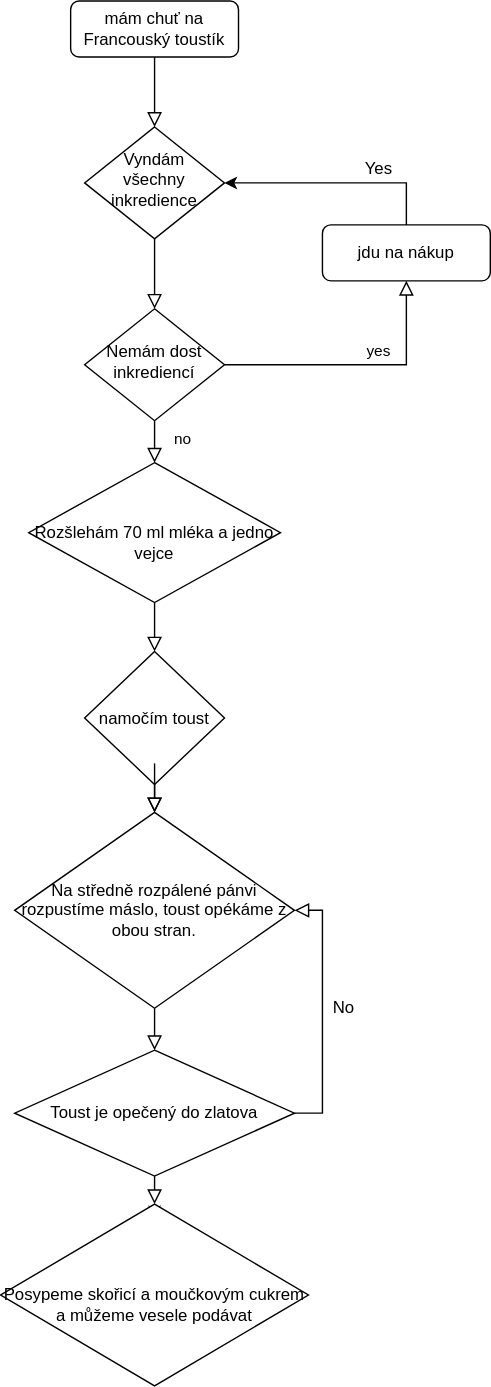
The draw.io diagram Francouzský toustík.drawio.svg in PetrMachacka/diagrams.net, before a commit. Source tidied: cells renumbered, new cells last; positions are measured from the earlier drawing's top-left corner, leaving out a move shared by most shapes.
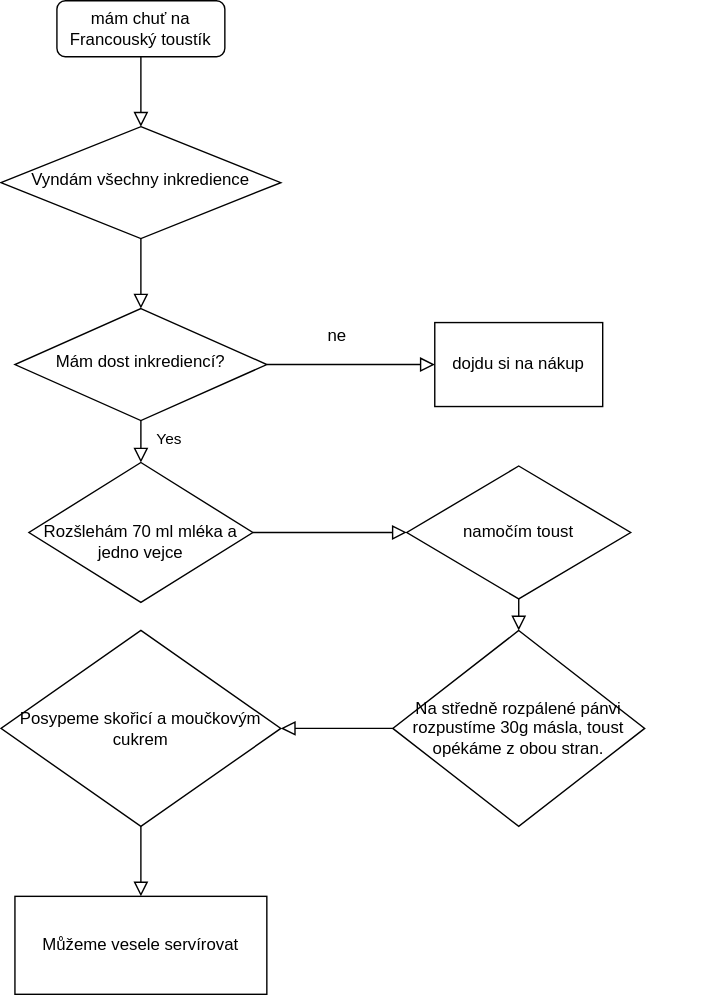
The same file after the commit.

What changed in the source:
```diff
@@ -12,69 +12,49 @@
       <mxGeometry y="20" relative="1" as="geometry" />
     </mxCell>
     <mxCell id="5" value="Vyndám všechny inkredience" style="rhombus;whiteSpace=wrap;html=1;shadow=0;fontFamily=Helvetica;fontSize=12;align=center;strokeWidth=1;spacing=6;spacingTop=-4;" parent="1" vertex="1">
-      <mxGeometry x="60" y="90" width="100" height="80" as="geometry" />
+      <mxGeometry x="10" y="90" width="200" height="80" as="geometry" />
     </mxCell>
-    <mxCell id="6" value="no" style="rounded=0;html=1;jettySize=auto;fontSize=11;endArrow=block;endFill=0;endSize=8;strokeWidth=1;shadow=0;labelBackgroundColor=none;edgeStyle=orthogonalEdgeStyle;entryX=0.5;entryY=0;entryDx=0;entryDy=0;" parent="1" edge="1" source="8" target="12">
+    <mxCell id="6" value="Yes" style="rounded=0;html=1;jettySize=auto;fontSize=11;endArrow=block;endFill=0;endSize=8;strokeWidth=1;shadow=0;labelBackgroundColor=none;edgeStyle=orthogonalEdgeStyle;entryX=0.5;entryY=0;entryDx=0;entryDy=0;" parent="1" edge="1" source="8" target="12">
       <mxGeometry x="0.33" y="20" relative="1" as="geometry" />
     </mxCell>
-    <mxCell id="7" value="yes" style="edgeStyle=orthogonalEdgeStyle;rounded=0;html=1;jettySize=auto;fontSize=11;endArrow=block;endFill=0;endSize=8;strokeWidth=1;shadow=0;labelBackgroundColor=none;" parent="1" edge="1" source="8" target="10">
-      <mxGeometry x="0.16" y="10" relative="1" as="geometry" />
-    </mxCell>
-    <mxCell id="8" value="Nemám dost inkrediencí" style="rhombus;whiteSpace=wrap;html=1;shadow=0;fontFamily=Helvetica;fontSize=12;align=center;strokeWidth=1;spacing=6;spacingTop=-4;" parent="1" vertex="1">
-      <mxGeometry x="60" y="220" width="100" height="80" as="geometry" />
+    <mxCell id="8" value="Mám dost inkrediencí?" style="rhombus;whiteSpace=wrap;html=1;shadow=0;fontFamily=Helvetica;fontSize=12;align=center;strokeWidth=1;spacing=6;spacingTop=-4;" parent="1" vertex="1">
+      <mxGeometry x="20" y="220" width="180" height="80" as="geometry" />
     </mxCell>
-    <mxCell id="9" style="edgeStyle=orthogonalEdgeStyle;rounded=0;jettySize=auto;html=1;exitX=0.5;exitY=0;exitDx=0;exitDy=0;entryX=1;entryY=0.5;entryDx=0;entryDy=0;" parent="1" edge="1" source="10" target="5">
-      <mxGeometry relative="1" as="geometry" />
-    </mxCell>
-    <mxCell id="10" value="jdu na nákup" style="rounded=1;whiteSpace=wrap;html=1;fontSize=12;glass=0;strokeWidth=1;shadow=0;" parent="1" vertex="1">
-      <mxGeometry x="230" y="160" width="120" height="40" as="geometry" />
-    </mxCell>
-    <mxCell id="11" value="Yes" style="text;html=1;align=center;verticalAlign=middle;strokeColor=none;fillColor=none;" parent="1" vertex="1">
-      <mxGeometry x="250" y="110" width="40" height="20" as="geometry" />
-    </mxCell>
     <mxCell id="12" value="&lt;br&gt;Rozšlehám 70 ml mléka a jedno vejce" style="rhombus;whiteSpace=wrap;html=1;" parent="1" vertex="1">
-      <mxGeometry x="20" y="330" width="180" height="100" as="geometry" />
+      <mxGeometry x="30" y="330" width="160" height="100" as="geometry" />
     </mxCell>
     <mxCell id="13" value="namočím toust" style="rhombus;whiteSpace=wrap;html=1;" parent="1" vertex="1">
-      <mxGeometry x="60" y="465" width="100" height="95" as="geometry" />
+      <mxGeometry x="300" y="332.5" width="160" height="95" as="geometry" />
     </mxCell>
-    <mxCell id="14" value="Na středně rozpálené pánvi rozpustíme máslo, toust opékáme z obou stran." style="rhombus;whiteSpace=wrap;html=1;" parent="1" vertex="1">
-      <mxGeometry x="10" y="580" width="200" height="140" as="geometry" />
+    <mxCell id="14" value="Na středně rozpálené pánvi rozpustíme 30g másla, toust opékáme z obou stran." style="rhombus;whiteSpace=wrap;html=1;" parent="1" vertex="1">
+      <mxGeometry x="290" y="450" width="180" height="140" as="geometry" />
     </mxCell>
-    <mxCell id="15" value="&lt;br&gt;" style="rounded=0;html=1;jettySize=auto;fontSize=11;endArrow=block;endFill=0;endSize=8;strokeWidth=1;shadow=0;labelBackgroundColor=none;edgeStyle=orthogonalEdgeStyle;entryX=0.5;entryY=0;entryDx=0;entryDy=0;exitX=0.5;exitY=1;exitDx=0;exitDy=0;" parent="1" edge="1" source="12" target="13">
+    <mxCell id="15" value="&lt;br&gt;" style="rounded=0;html=1;jettySize=auto;fontSize=11;endArrow=block;endFill=0;endSize=8;strokeWidth=1;shadow=0;labelBackgroundColor=none;edgeStyle=orthogonalEdgeStyle;exitX=1;exitY=0.5;exitDx=0;exitDy=0;entryX=0;entryY=0.5;entryDx=0;entryDy=0;" parent="1" edge="1" source="12" target="13">
       <mxGeometry x="1" y="141" relative="1" as="geometry" />
     </mxCell>
     <mxCell id="16" value="&lt;br&gt;" style="rounded=0;html=1;jettySize=auto;fontSize=11;endArrow=block;endFill=0;endSize=8;strokeWidth=1;shadow=0;labelBackgroundColor=none;edgeStyle=orthogonalEdgeStyle;entryX=0.5;entryY=0;entryDx=0;entryDy=0;exitX=0.5;exitY=1;exitDx=0;exitDy=0;" parent="1" edge="1" source="13" target="14">
       <mxGeometry x="1" y="141" relative="1" as="geometry" />
     </mxCell>
-    <mxCell id="17" value="Toust je opečený do zlatova" style="rhombus;whiteSpace=wrap;html=1;" parent="1" vertex="1">
-      <mxGeometry x="10" y="750" width="200" height="90" as="geometry" />
-    </mxCell>
-    <mxCell id="18" value="&lt;br&gt;" style="rounded=0;html=1;jettySize=auto;orthogonalLoop=1;fontSize=11;endArrow=block;endFill=0;endSize=8;strokeWidth=1;shadow=0;labelBackgroundColor=none;edgeStyle=orthogonalEdgeStyle;entryX=0.5;entryY=0;entryDx=0;entryDy=0;exitX=0.5;exitY=1;exitDx=0;exitDy=0;" parent="1" edge="1">
-      <mxGeometry x="1" y="141" relative="1" as="geometry">
-        <mxPoint x="110" y="545" as="sourcePoint" />
-        <mxPoint x="110" y="580" as="targetPoint" />
-      </mxGeometry>
-    </mxCell>
-    <mxCell id="19" value="&lt;br&gt;" style="rounded=0;html=1;jettySize=auto;fontSize=11;endArrow=block;endFill=0;endSize=8;strokeWidth=1;shadow=0;labelBackgroundColor=none;edgeStyle=orthogonalEdgeStyle;entryX=0.5;entryY=0;entryDx=0;entryDy=0;exitX=0.5;exitY=1;exitDx=0;exitDy=0;" parent="1" edge="1" source="14" target="17">
-      <mxGeometry x="1" y="141" relative="1" as="geometry" />
-    </mxCell>
-    <mxCell id="20" value="&lt;br&gt;" style="rounded=0;html=1;jettySize=auto;fontSize=11;endArrow=block;endFill=0;endSize=8;strokeWidth=1;shadow=0;labelBackgroundColor=none;edgeStyle=orthogonalEdgeStyle;entryX=1;entryY=0.5;entryDx=0;entryDy=0;exitX=1;exitY=0.5;exitDx=0;exitDy=0;" parent="1" edge="1" source="17" target="14">
-      <mxGeometry x="1" y="141" relative="1" as="geometry" />
-    </mxCell>
-    <mxCell id="21" value="No" style="text;html=1;align=center;verticalAlign=middle;strokeColor=none;fillColor=none;" parent="1" vertex="1">
-      <mxGeometry x="230" y="710" width="30" height="20" as="geometry" />
-    </mxCell>
-    <mxCell id="22" style="edgeStyle=orthogonalEdgeStyle;rounded=0;jettySize=auto;html=1;exitX=0.5;exitY=0;exitDx=0;exitDy=0;strokeColor=#000000;" parent="1" edge="1" source="23">
-      <mxGeometry relative="1" as="geometry">
-        <mxPoint x="110" y="870" as="targetPoint" />
-      </mxGeometry>
-    </mxCell>
-    <mxCell id="23" value="&lt;br&gt;Posypeme skořicí a moučkovým cukrem a můžeme vesele podávat" style="rhombus;whiteSpace=wrap;html=1;" parent="1" vertex="1">
-      <mxGeometry y="860" width="220" height="130" as="geometry" />
+    <mxCell id="23" value="Posypeme skořicí a moučkovým cukrem" style="rhombus;whiteSpace=wrap;html=1;" parent="1" vertex="1">
+      <mxGeometry x="10" y="450" width="200" height="140" as="geometry" />
     </mxCell>
-    <mxCell id="24" value="&lt;br&gt;" style="rounded=0;html=1;jettySize=auto;fontSize=11;endArrow=block;endFill=0;endSize=8;strokeWidth=1;shadow=0;labelBackgroundColor=none;edgeStyle=orthogonalEdgeStyle;entryX=0.5;entryY=0;entryDx=0;entryDy=0;exitX=0.5;exitY=1;exitDx=0;exitDy=0;" parent="1" edge="1" source="17" target="23">
-      <mxGeometry x="1" y="141" relative="1" as="geometry" />
-    </mxCell>
+    <mxCell id="25" value="dojdu si na nákup" style="rounded=0;whiteSpace=wrap;html=1;" parent="1" vertex="1">
+      <mxGeometry x="320" y="230" width="120" height="60" as="geometry" />
+    </mxCell>
+    <mxCell id="26" value="&lt;br&gt;" style="rounded=0;html=1;jettySize=auto;fontSize=11;endArrow=block;endFill=0;endSize=8;strokeWidth=1;shadow=0;labelBackgroundColor=none;edgeStyle=orthogonalEdgeStyle;exitX=0;exitY=0.5;exitDx=0;exitDy=0;entryX=1;entryY=0.5;entryDx=0;entryDy=0;" parent="1" edge="1" source="14" target="23">
+      <mxGeometry x="1" y="141" relative="1" as="geometry" />
+    </mxCell>
+    <mxCell id="27" value="Můžeme vesele servírovat" style="rounded=0;whiteSpace=wrap;html=1;" parent="1" vertex="1">
+      <mxGeometry x="20" y="640" width="180" height="70" as="geometry" />
+    </mxCell>
+    <mxCell id="28" value="&lt;br&gt;" style="rounded=0;html=1;jettySize=auto;fontSize=11;endArrow=block;endFill=0;endSize=8;strokeWidth=1;shadow=0;labelBackgroundColor=none;edgeStyle=orthogonalEdgeStyle;exitX=0.5;exitY=1;exitDx=0;exitDy=0;entryX=0.5;entryY=0;entryDx=0;entryDy=0;" parent="1" edge="1" source="23" target="27">
+      <mxGeometry x="1" y="141" relative="1" as="geometry" />
+    </mxCell>
+    <mxCell id="29" value="&lt;br&gt;" style="rounded=0;html=1;jettySize=auto;fontSize=11;endArrow=block;endFill=0;endSize=8;strokeWidth=1;shadow=0;labelBackgroundColor=none;edgeStyle=orthogonalEdgeStyle;exitX=1;exitY=0.5;exitDx=0;exitDy=0;entryX=0;entryY=0.5;entryDx=0;entryDy=0;" parent="1" edge="1" source="8" target="25">
+      <mxGeometry x="1" y="141" relative="1" as="geometry" />
+    </mxCell>
+    <mxCell id="30" value="ne" style="text;html=1;align=center;verticalAlign=middle;strokeColor=none;fillColor=none;" parent="1" vertex="1">
+      <mxGeometry x="235" y="230" width="30" height="20" as="geometry" />
+    </mxCell>
   </root>
 </mxGraphModel>
```
